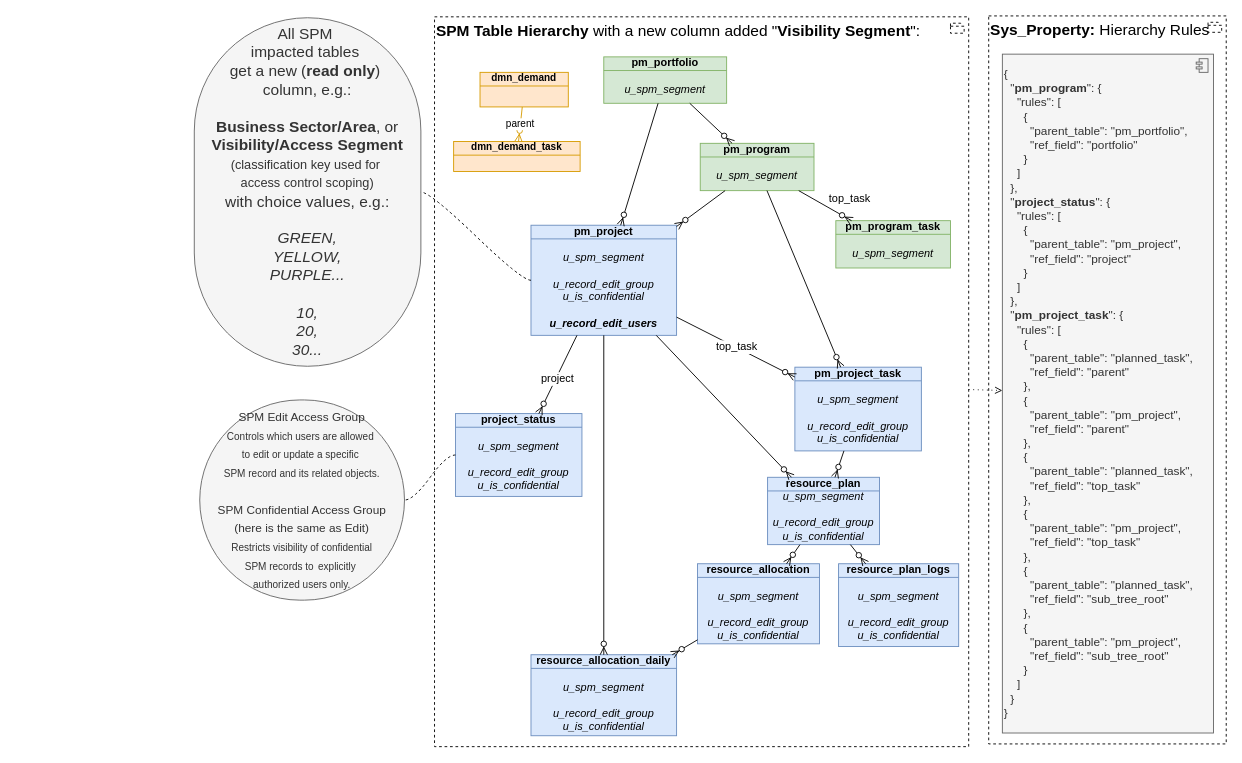
algimas/tmp keeps this draw.io diagram as page "hier1" (4 of 21) of Uve.drawio. Above is the earlier version. Source tidied: cells renumbered, new cells numbered last; positions are measured from the earlier drawing's top-left corner, leaving out a move shared by most shapes. Both pictures are drawn from the tidied source at 91%, with x=0, y=0 at pixel (194, 15).
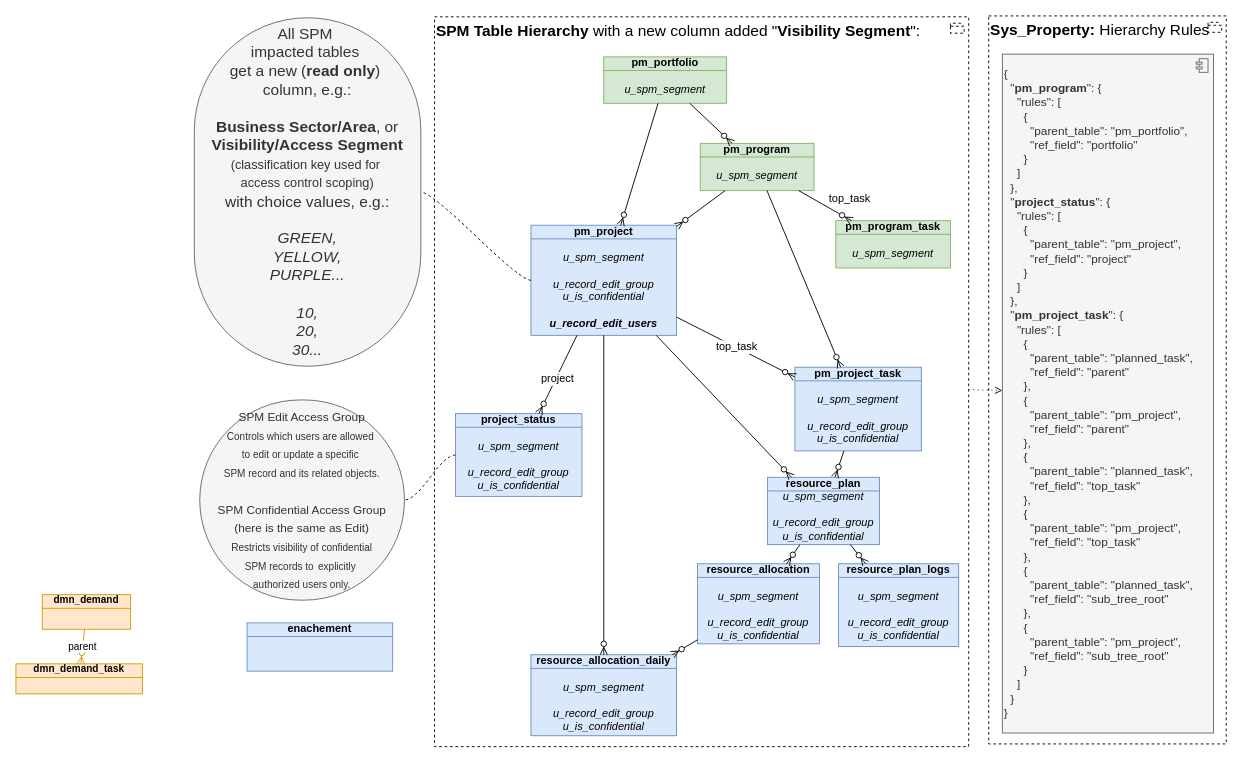
The same page after the edit.

Change to the diagram source:
```diff
@@
     <mxCell id="36" value="dmn_demand" style="html=1;outlineConnect=0;whiteSpace=wrap;fillColor=#ffe6cc;shape=mxgraph.archimate3.businessObject;overflow=fill;strokeColor=#d79b00;fontStyle=1;fontSize=11;" parent="1" vertex="1">
-      <mxGeometry x="314" y="62" width="97" height="38" as="geometry" />
+      <mxGeometry x="-167" y="636" width="97" height="38" as="geometry" />
     </mxCell>
     <mxCell id="37" value="dmn_demand_task" style="html=1;outlineConnect=0;whiteSpace=wrap;fillColor=#ffe6cc;shape=mxgraph.archimate3.businessObject;overflow=fill;strokeColor=#d79b00;fontStyle=1;fontSize=11;" parent="1" vertex="1">
-      <mxGeometry x="285" y="138" width="139" height="33" as="geometry" />
+      <mxGeometry x="-196" y="712" width="139" height="33" as="geometry" />
     </mxCell>
@@
+    <mxCell id="39" value="&lt;div&gt;&lt;b&gt;enachement&lt;/b&gt;&lt;/div&gt;" style="html=1;whiteSpace=wrap;fillColor=#dae8fc;shape=mxgraph.archimate3.businessObject;overflow=fill;strokeColor=#6c8ebf;fontStyle=0;fontSize=12;" parent="1" vertex="1">
+      <mxGeometry x="58" y="667" width="160" height="53" as="geometry" />
+    </mxCell>
```
